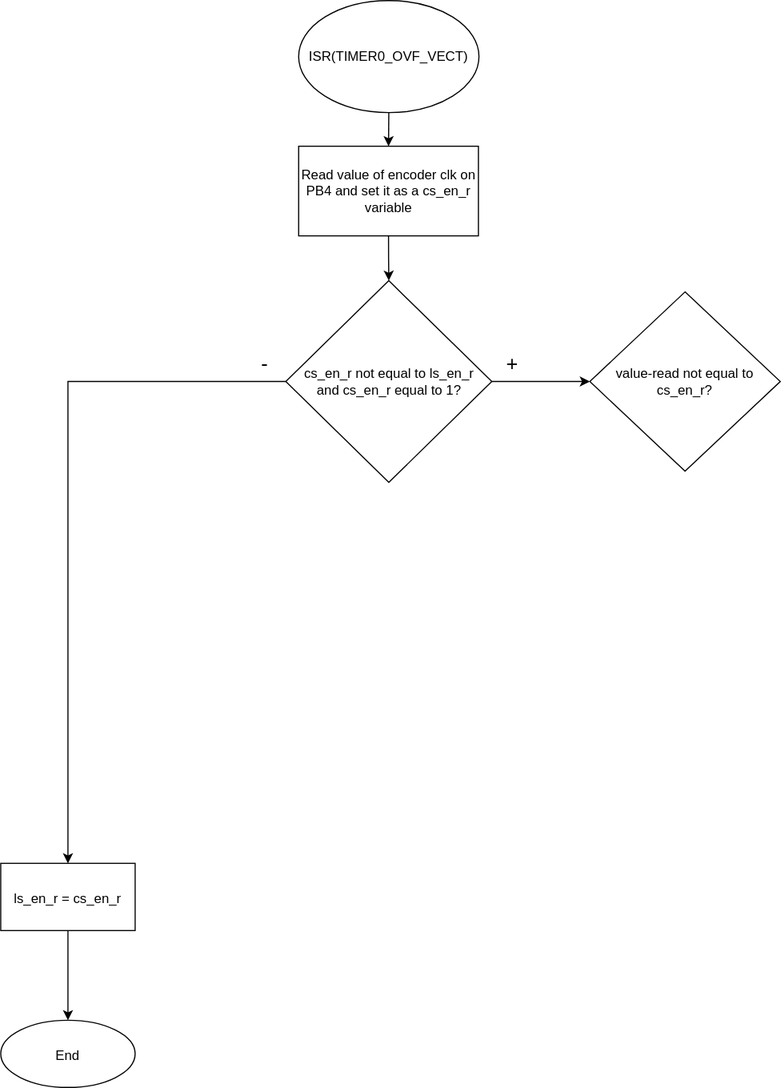
Above: projects/project2/rotating_servos.drawio.svg in OndraFoltyn/digital-electronics-2 (draw.io), before the change. Source tidied: cells renumbered, new cells last; positions are measured from the earlier drawing's top-left corner, leaving out a move shared by most shapes.
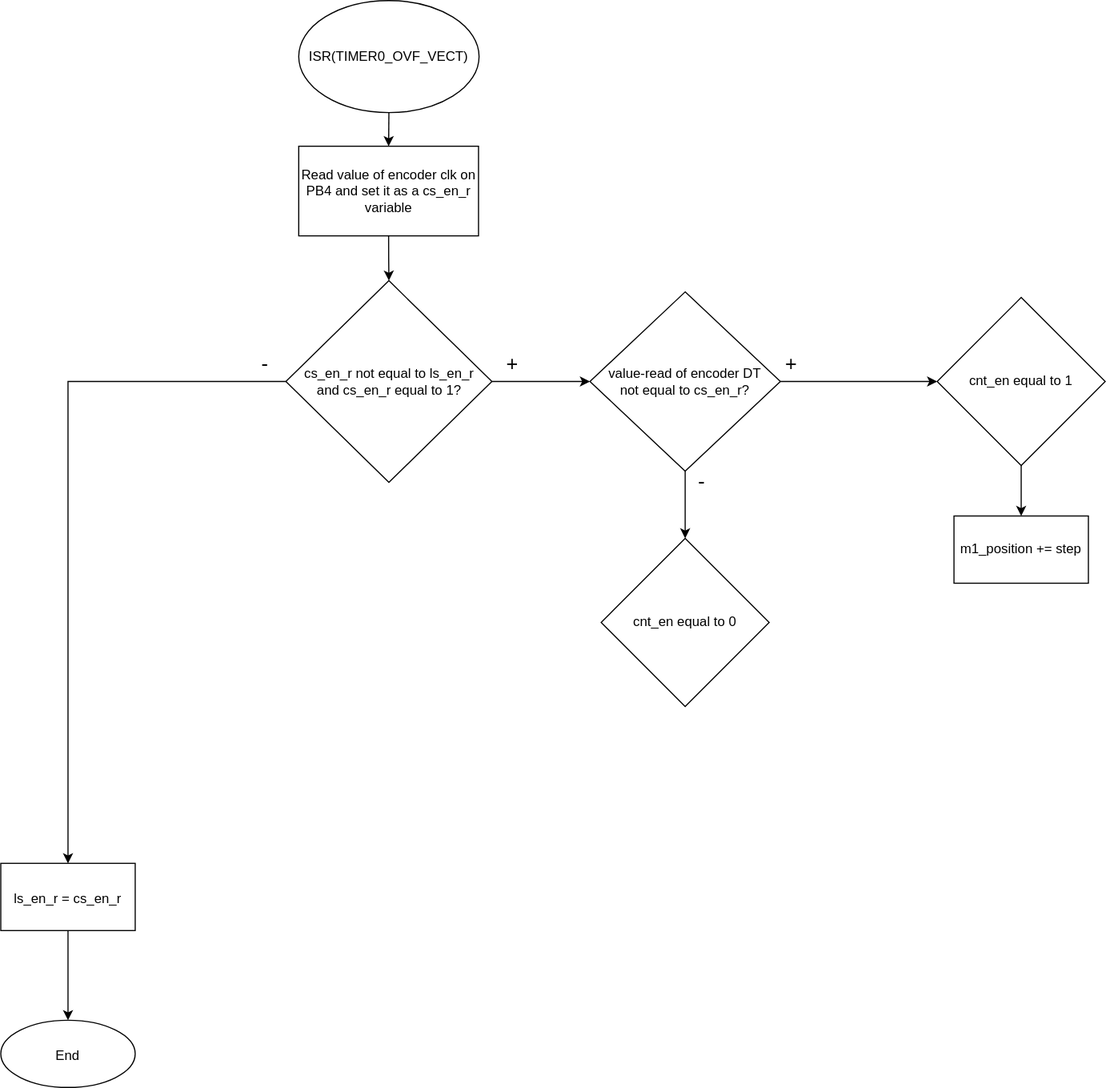
Above is the later version.

The edit, as a diff of the source:
```diff
@@ -35,11 +35,38 @@
     <mxCell id="12" value="&lt;font style=&quot;font-size: 18px;&quot;&gt;-&lt;/font&gt;" style="text;html=1;strokeColor=none;fillColor=none;align=center;verticalAlign=middle;whiteSpace=wrap;rounded=0;" parent="1" vertex="1">
       <mxGeometry x="206" y="310" width="60" height="30" as="geometry" />
     </mxCell>
+    <mxCell id="15" style="edgeStyle=orthogonalEdgeStyle;rounded=0;jettySize=auto;html=1;exitX=1;exitY=0.5;exitDx=0;exitDy=0;entryX=0;entryY=0.5;entryDx=0;entryDy=0;" parent="1" edge="1" source="13" target="18">
+      <mxGeometry relative="1" as="geometry" />
+    </mxCell>
+    <mxCell id="16" style="edgeStyle=orthogonalEdgeStyle;rounded=0;jettySize=auto;html=1;exitX=0.5;exitY=1;exitDx=0;exitDy=0;" parent="1" edge="1" source="13" target="20">
+      <mxGeometry relative="1" as="geometry" />
+    </mxCell>
-    <mxCell id="13" value="value-read not equal to cs_en_r?" style="rhombus;whiteSpace=wrap;html=1;" parent="1" vertex="1">
+    <mxCell id="13" value="value-read of encoder DT &lt;br&gt;not equal to cs_en_r?" style="rhombus;whiteSpace=wrap;html=1;" parent="1" vertex="1">
       <mxGeometry x="526" y="260" width="170" height="160" as="geometry" />
     </mxCell>
     <mxCell id="14" value="&lt;span style=&quot;font-size: 18px;&quot;&gt;+&lt;/span&gt;" style="text;html=1;strokeColor=none;fillColor=none;align=center;verticalAlign=middle;whiteSpace=wrap;rounded=0;" parent="1" vertex="1">
       <mxGeometry x="426.5" y="310" width="60" height="30" as="geometry" />
     </mxCell>
+    <mxCell id="17" style="edgeStyle=orthogonalEdgeStyle;rounded=0;jettySize=auto;html=1;" parent="1" edge="1" source="18" target="23">
+      <mxGeometry relative="1" as="geometry" />
+    </mxCell>
+    <mxCell id="18" value="cnt_en equal to 1" style="rhombus;whiteSpace=wrap;html=1;" parent="1" vertex="1">
+      <mxGeometry x="836" y="265" width="150" height="150" as="geometry" />
+    </mxCell>
+    <mxCell id="19" value="&lt;span style=&quot;font-size: 18px;&quot;&gt;+&lt;/span&gt;" style="text;html=1;strokeColor=none;fillColor=none;align=center;verticalAlign=middle;whiteSpace=wrap;rounded=0;" parent="1" vertex="1">
+      <mxGeometry x="676" y="310" width="60" height="30" as="geometry" />
+    </mxCell>
+    <mxCell id="20" value="cnt_en equal to 0" style="rhombus;whiteSpace=wrap;html=1;" parent="1" vertex="1">
+      <mxGeometry x="536" y="480" width="150" height="150" as="geometry" />
+    </mxCell>
+    <mxCell id="21" value="&lt;font style=&quot;font-size: 18px;&quot;&gt;-&lt;/font&gt;" style="text;html=1;strokeColor=none;fillColor=none;align=center;verticalAlign=middle;whiteSpace=wrap;rounded=0;" parent="1" vertex="1">
+      <mxGeometry x="596" y="415" width="60" height="30" as="geometry" />
+    </mxCell>
+    <mxCell id="22" style="edgeStyle=orthogonalEdgeStyle;rounded=0;orthogonalLoop=1;jettySize=auto;html=1;exitX=0.5;exitY=1;exitDx=0;exitDy=0;" parent="1" edge="1" source="18" target="18">
+      <mxGeometry relative="1" as="geometry" />
+    </mxCell>
+    <mxCell id="23" value="m1_position += step" style="whiteSpace=wrap;html=1;" parent="1" vertex="1">
+      <mxGeometry x="851" y="460" width="120" height="60" as="geometry" />
+    </mxCell>
   </root>
 </mxGraphModel>
```
